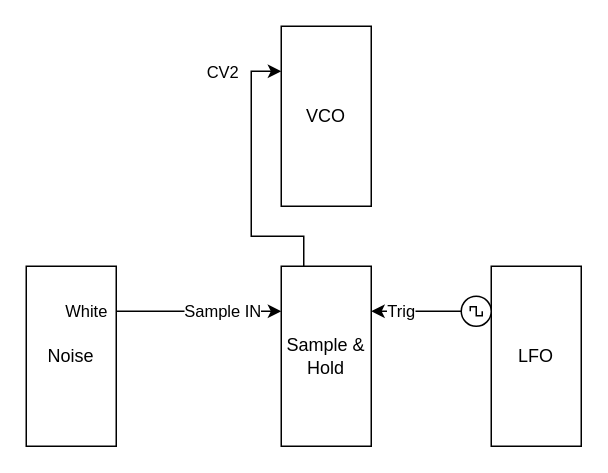
SEM-Mozarteum/sem-meko keeps this draw.io diagram as 05-Analog-Synthesis/02-Sample&Hold/Sample & Hold .drawio. Above is the earlier version. Source tidied: cells renumbered, new cells numbered last; positions are measured from the earlier drawing's top-left corner, leaving out a move shared by most shapes. Both pictures are drawn from the tidied source at 150%, with x=0, y=0 at pixel (26, 26).
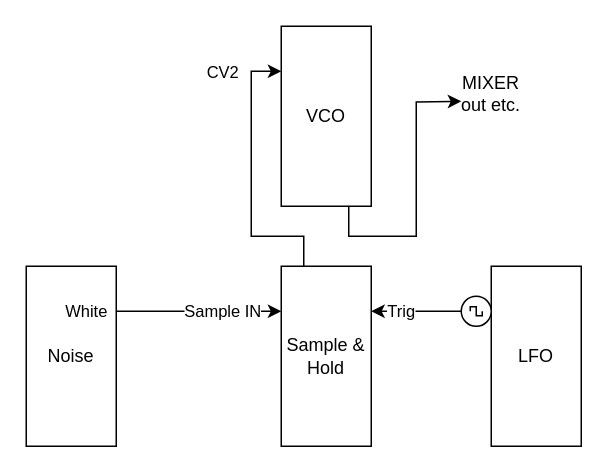
After the change.

What changed in the source:
```diff
@@
 <mxGraphModel>
   <root>
     <mxCell id="0" />
     <mxCell id="1" parent="0" />
     <mxCell id="2" style="edgeStyle=orthogonalEdgeStyle;rounded=0;jettySize=auto;html=1;exitX=0;exitY=0.75;exitDx=0;exitDy=0;entryX=0.25;entryY=1;entryDx=0;entryDy=0;" parent="1" edge="1" source="4" target="8">
       <mxGeometry relative="1" as="geometry" />
     </mxCell>
     <mxCell id="3" value="CV2" style="edgeLabel;html=1;align=center;verticalAlign=middle;" parent="2" vertex="1">
       <mxGeometry x="0.78" y="1" relative="1" as="geometry">
         <mxPoint x="-20" y="1" as="offset" />
       </mxGeometry>
     </mxCell>
     <mxCell id="4" value="Sample &amp;amp; Hold" style="rounded=0;whiteSpace=wrap;html=1;direction=south;" parent="1" vertex="1">
       <mxGeometry x="170" y="160" width="60" height="120" as="geometry" />
     </mxCell>
     <mxCell id="5" value="Trig" style="edgeStyle=orthogonalEdgeStyle;rounded=0;jettySize=auto;html=1;exitX=0.25;exitY=1;exitDx=0;exitDy=0;entryX=0.25;entryY=0;entryDx=0;entryDy=0;" parent="1" edge="1" source="6" target="4">
       <mxGeometry x="0.5" relative="1" as="geometry" />
     </mxCell>
     <mxCell id="6" value="LFO" style="rounded=0;whiteSpace=wrap;html=1;direction=south;" parent="1" vertex="1">
       <mxGeometry x="310" y="160" width="60" height="120" as="geometry" />
     </mxCell>
     <mxCell id="7" value="Noise" style="rounded=0;whiteSpace=wrap;html=1;direction=south;" parent="1" vertex="1">
       <mxGeometry y="160" width="60" height="120" as="geometry" />
     </mxCell>
+    <mxCell id="12" style="edgeStyle=orthogonalEdgeStyle;rounded=0;jettySize=auto;html=1;exitX=1;exitY=0.25;exitDx=0;exitDy=0;" parent="1" edge="1" source="8">
+      <mxGeometry relative="1" as="geometry">
+        <mxPoint x="290" y="50" as="targetPoint" />
+      </mxGeometry>
+    </mxCell>
     <mxCell id="8" value="VCO" style="rounded=0;whiteSpace=wrap;html=1;direction=south;" parent="1" vertex="1">
       <mxGeometry x="170" width="60" height="120" as="geometry" />
     </mxCell>
     <mxCell id="9" value="White" style="edgeStyle=orthogonalEdgeStyle;rounded=0;jettySize=auto;html=1;exitX=0.25;exitY=0;exitDx=0;exitDy=0;entryX=0.25;entryY=1;entryDx=0;entryDy=0;" parent="1" edge="1" source="7" target="4">
       <mxGeometry x="-1" y="-20" relative="1" as="geometry">
         <mxPoint x="-20" y="-20" as="offset" />
       </mxGeometry>
     </mxCell>
     <mxCell id="10" value="Sample IN" style="edgeLabel;html=1;align=center;verticalAlign=middle;" parent="9" vertex="1">
       <mxGeometry x="0.56" y="1" relative="1" as="geometry">
         <mxPoint x="-16" as="offset" />
       </mxGeometry>
     </mxCell>
     <mxCell id="11" style="verticalLabelPosition=bottom;shadow=0;dashed=0;align=center;html=1;verticalAlign=top;shape=mxgraph.electrical.signal_sources.source;elSignalType=square;" parent="1" vertex="1">
       <mxGeometry x="290" y="180" width="20" height="20" as="geometry" />
     </mxCell>
+    <mxCell id="13" value="MIXER out etc." style="text;html=1;whiteSpace=wrap;strokeColor=none;fillColor=none;align=center;verticalAlign=middle;rounded=0;" parent="1" vertex="1">
+      <mxGeometry x="280" y="30" width="60" height="30" as="geometry" />
+    </mxCell>
   </root>
 </mxGraphModel>
```
